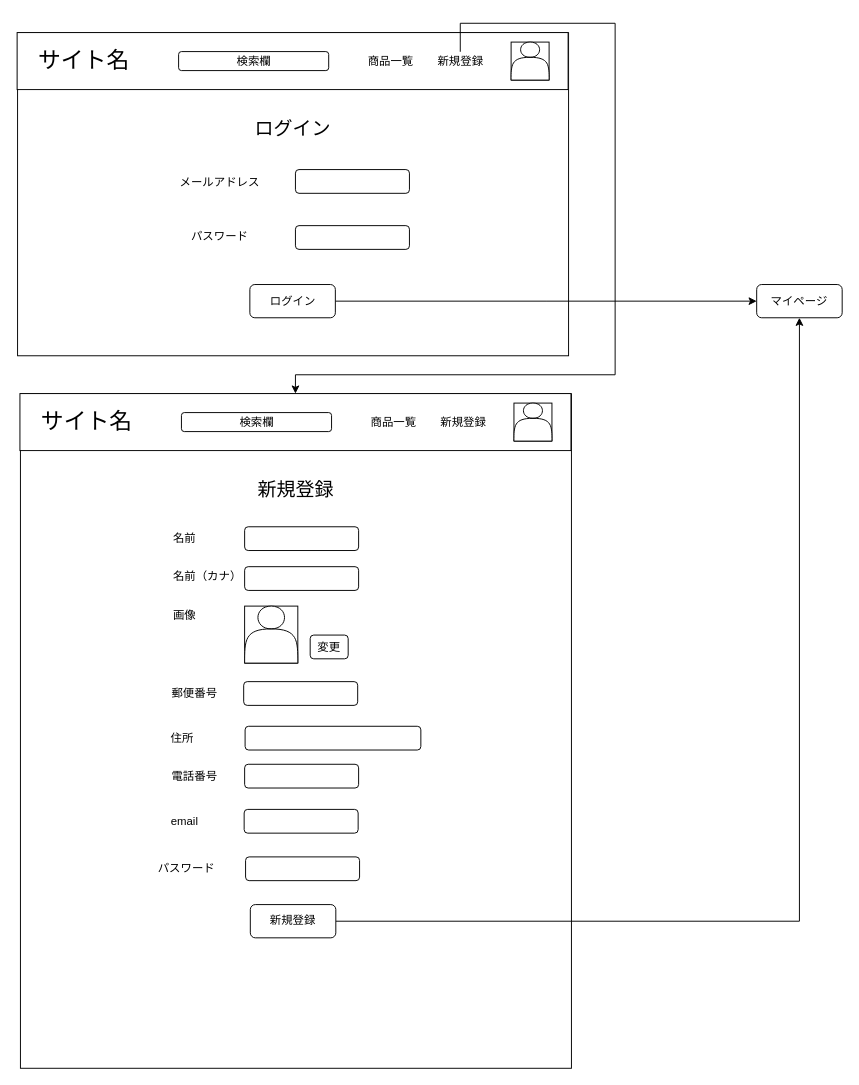
saezurucrow/ec-site keeps this draw.io diagram as page "login" (2 of 3) of EC-site ワイヤーフレーム.drawio. Above is the earlier version. Source tidied: cells renumbered, new cells numbered last; positions are measured from the earlier drawing's top-left corner, leaving out a move shared by most shapes. Both pictures are drawn from the tidied source at 95%, with x=0, y=0 at pixel (17, 23).
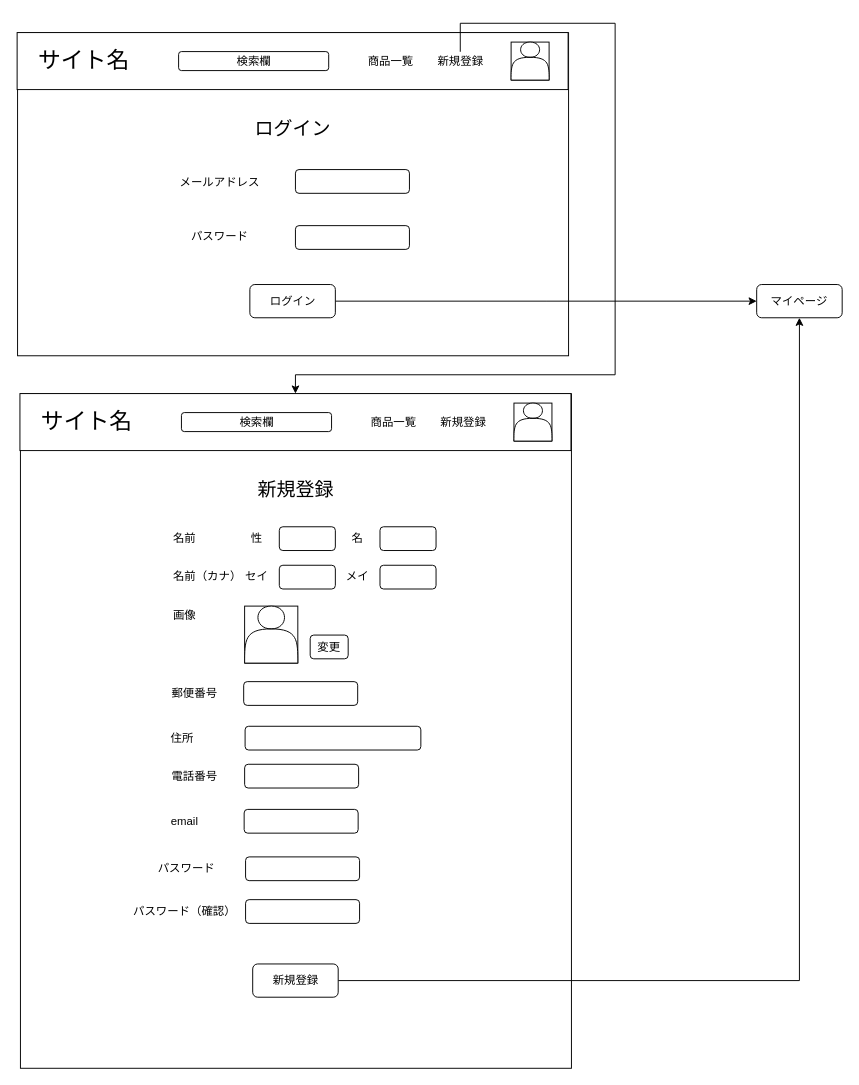
The same page after the edit.

Diff of the diagram source:
```diff
@@
     <mxCell id="28" style="rounded=1;whiteSpace=wrap;html=1;labelBackgroundColor=none;" parent="1" vertex="1">
-      <mxGeometry x="239" y="530" width="120" height="25" as="geometry" />
+      <mxGeometry x="275.5" y="530" width="59" height="25" as="geometry" />
     </mxCell>
@@
-    <mxCell id="35" style="rounded=1;whiteSpace=wrap;html=1;labelBackgroundColor=none;" parent="1" vertex="1">
-      <mxGeometry x="239" y="572" width="120" height="25" as="geometry" />
-    </mxCell>
@@
     <mxCell id="46" value="新規登録" style="rounded=1;whiteSpace=wrap;html=1;labelBackgroundColor=none;" parent="1" vertex="1">
-      <mxGeometry x="245" y="927.7" width="90" height="35" as="geometry" />
+      <mxGeometry x="247.5" y="990.2" width="90" height="35" as="geometry" />
     </mxCell>
@@
+    <mxCell id="49" style="rounded=1;whiteSpace=wrap;html=1;labelBackgroundColor=none;" parent="1" vertex="1">
+      <mxGeometry x="381.5" y="530" width="59" height="25" as="geometry" />
+    </mxCell>
+    <mxCell id="50" value="性" style="text;html=1;strokeColor=none;fillColor=none;align=center;verticalAlign=middle;whiteSpace=wrap;rounded=0;labelBackgroundColor=none;" parent="1" vertex="1">
+      <mxGeometry x="231.5" y="532.5" width="40" height="20" as="geometry" />
+    </mxCell>
+    <mxCell id="51" value="名" style="text;html=1;strokeColor=none;fillColor=none;align=center;verticalAlign=middle;whiteSpace=wrap;rounded=0;labelBackgroundColor=none;" parent="1" vertex="1">
+      <mxGeometry x="338" y="532.5" width="40" height="20" as="geometry" />
+    </mxCell>
+    <mxCell id="52" style="rounded=1;whiteSpace=wrap;html=1;labelBackgroundColor=none;" parent="1" vertex="1">
+      <mxGeometry x="275.5" y="570.5" width="59" height="25" as="geometry" />
+    </mxCell>
+    <mxCell id="53" style="rounded=1;whiteSpace=wrap;html=1;labelBackgroundColor=none;" parent="1" vertex="1">
+      <mxGeometry x="381.5" y="570.5" width="59" height="25" as="geometry" />
+    </mxCell>
+    <mxCell id="54" value="セイ" style="text;html=1;strokeColor=none;fillColor=none;align=center;verticalAlign=middle;whiteSpace=wrap;rounded=0;labelBackgroundColor=none;" parent="1" vertex="1">
+      <mxGeometry x="231.5" y="573" width="40" height="20" as="geometry" />
+    </mxCell>
+    <mxCell id="55" value="メイ" style="text;html=1;strokeColor=none;fillColor=none;align=center;verticalAlign=middle;whiteSpace=wrap;rounded=0;labelBackgroundColor=none;" parent="1" vertex="1">
+      <mxGeometry x="338" y="573" width="40" height="20" as="geometry" />
+    </mxCell>
+    <mxCell id="56" style="rounded=1;whiteSpace=wrap;html=1;labelBackgroundColor=none;" parent="1" vertex="1">
+      <mxGeometry x="240" y="922.5" width="120" height="25" as="geometry" />
+    </mxCell>
+    <mxCell id="57" value="パスワード（確認）" style="text;html=1;strokeColor=none;fillColor=none;align=center;verticalAlign=middle;whiteSpace=wrap;rounded=0;labelBackgroundColor=none;" parent="1" vertex="1">
+      <mxGeometry x="117" y="925" width="118" height="20" as="geometry" />
+    </mxCell>
```
